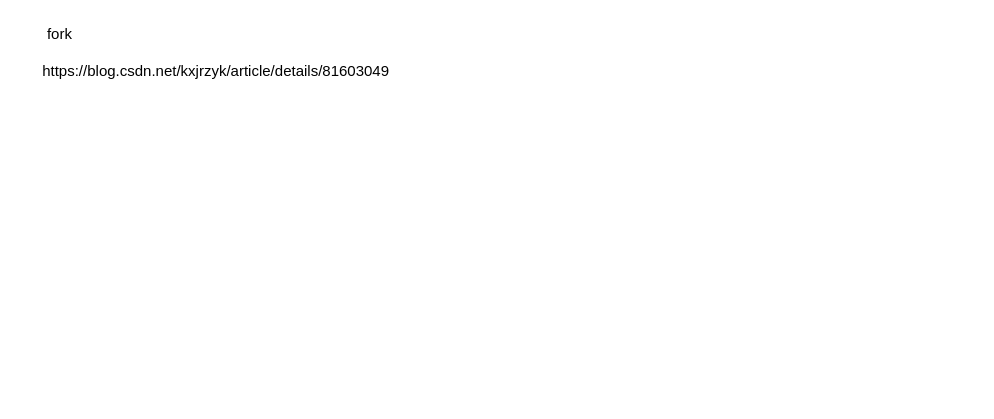
ganjue66da/ganjue66da keeps this draw.io diagram as note_fork.drawio. Above is the earlier version. Source tidied: cells renumbered, new cells numbered last; positions are measured from the earlier drawing's top-left corner, leaving out a move shared by most shapes. Both pictures are drawn from the tidied source at 125%, with x=0, y=0 at pixel (34, 21).
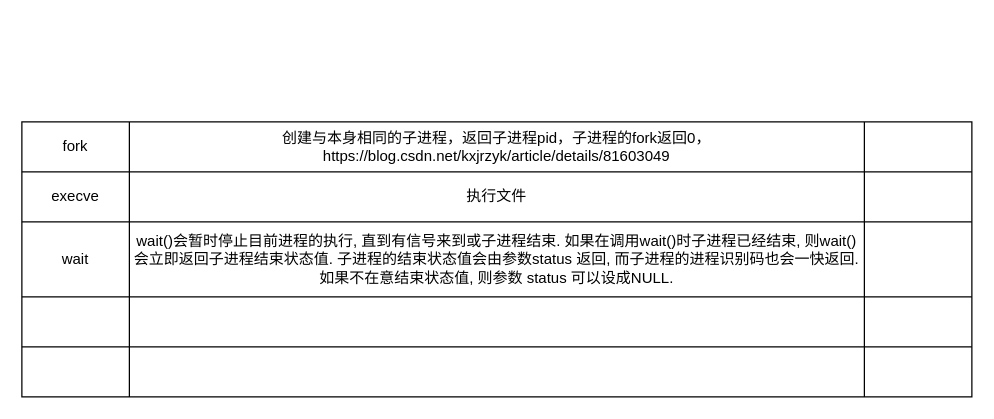
Above is the later version.

Change to the diagram source:
```diff
@@
-    <mxCell id="2" value="https://blog.csdn.net/kxjrzyk/article/details/81603049" style="text;html=1;align=center;verticalAlign=middle;strokeColor=none;fillColor=none;" parent="1" vertex="1">
-      <mxGeometry y="30" width="290" height="20" as="geometry" />
-    </mxCell>
+    <mxCell id="4" style="shape=table;startSize=0;childLayout=tableLayout;" parent="1" vertex="1">
+      <mxGeometry x="-10" y="80" width="760" height="220" as="geometry" />
+    </mxCell>
+    <mxCell id="5" style="shape=partialRectangle;fillColor=none;top=0;left=0;bottom=0;right=0;" parent="4" vertex="1">
+      <mxGeometry width="760" height="40" as="geometry" />
+    </mxCell>
-    <mxCell id="3" value="fork" style="text;html=1;align=center;verticalAlign=middle;strokeColor=none;fillColor=none;" parent="1" vertex="1">
-      <mxGeometry width="40" height="20" as="geometry" />
+    <mxCell id="3" value="fork" style="shape=partialRectangle;html=1;whiteSpace=wrap;overflow=hidden;fillColor=none;top=0;left=0;bottom=0;right=0;" parent="5" vertex="1">
+      <mxGeometry width="86" height="40" as="geometry" />
     </mxCell>
+    <mxCell id="6" value="创建与本身相同的子进程，返回子进程pid，子进程的fork返回0，https://blog.csdn.net/kxjrzyk/article/details/81603049" style="shape=partialRectangle;html=1;whiteSpace=wrap;overflow=hidden;fillColor=none;top=0;left=0;bottom=0;right=0;" parent="5" vertex="1">
+      <mxGeometry x="86" width="588" height="40" as="geometry" />
+    </mxCell>
+    <mxCell id="7" style="shape=partialRectangle;html=1;whiteSpace=wrap;overflow=hidden;fillColor=none;top=0;left=0;bottom=0;right=0;" parent="5" vertex="1">
+      <mxGeometry x="674" width="86" height="40" as="geometry" />
+    </mxCell>
+    <mxCell id="8" style="shape=partialRectangle;fillColor=none;top=0;left=0;bottom=0;right=0;" parent="4" vertex="1">
+      <mxGeometry y="40" width="760" height="40" as="geometry" />
+    </mxCell>
+    <mxCell id="9" value="execve" style="shape=partialRectangle;html=1;whiteSpace=wrap;overflow=hidden;fillColor=none;top=0;left=0;bottom=0;right=0;" parent="8" vertex="1">
+      <mxGeometry width="86" height="40" as="geometry" />
+    </mxCell>
+    <mxCell id="10" value="执行文件" style="shape=partialRectangle;html=1;whiteSpace=wrap;overflow=hidden;fillColor=none;top=0;left=0;bottom=0;right=0;" parent="8" vertex="1">
+      <mxGeometry x="86" width="588" height="40" as="geometry" />
+    </mxCell>
+    <mxCell id="11" style="shape=partialRectangle;html=1;whiteSpace=wrap;overflow=hidden;fillColor=none;top=0;left=0;bottom=0;right=0;" parent="8" vertex="1">
+      <mxGeometry x="674" width="86" height="40" as="geometry" />
+    </mxCell>
+    <mxCell id="12" style="shape=partialRectangle;fillColor=none;top=0;left=0;bottom=0;right=0;" parent="4" vertex="1">
+      <mxGeometry y="80" width="760" height="60" as="geometry" />
+    </mxCell>
+    <mxCell id="13" value="wait" style="shape=partialRectangle;html=1;whiteSpace=wrap;overflow=hidden;fillColor=none;top=0;left=0;bottom=0;right=0;" parent="12" vertex="1">
+      <mxGeometry width="86" height="60" as="geometry" />
+    </mxCell>
+    <mxCell id="14" value="wait()会暂时停止目前进程的执行, 直到有信号来到或子进程结束. 如果在调用wait()时子进程已经结束, 则wait()会立即返回子进程结束状态值. 子进程的结束状态值会由参数status 返回, 而子进程的进程识别码也会一快返回. 如果不在意结束状态值, 则参数 status 可以设成NULL." style="shape=partialRectangle;html=1;whiteSpace=wrap;overflow=hidden;fillColor=none;top=0;left=0;bottom=0;right=0;" parent="12" vertex="1">
+      <mxGeometry x="86" width="588" height="60" as="geometry" />
+    </mxCell>
+    <mxCell id="15" style="shape=partialRectangle;html=1;whiteSpace=wrap;overflow=hidden;fillColor=none;top=0;left=0;bottom=0;right=0;" parent="12" vertex="1">
+      <mxGeometry x="674" width="86" height="60" as="geometry" />
+    </mxCell>
+    <mxCell id="16" style="shape=partialRectangle;fillColor=none;top=0;left=0;bottom=0;right=0;" parent="4" vertex="1">
+      <mxGeometry y="140" width="760" height="40" as="geometry" />
+    </mxCell>
+    <mxCell id="17" style="shape=partialRectangle;html=1;whiteSpace=wrap;overflow=hidden;fillColor=none;top=0;left=0;bottom=0;right=0;" parent="16" vertex="1">
+      <mxGeometry width="86" height="40" as="geometry" />
+    </mxCell>
+    <mxCell id="18" style="shape=partialRectangle;html=1;whiteSpace=wrap;overflow=hidden;fillColor=none;top=0;left=0;bottom=0;right=0;" parent="16" vertex="1">
+      <mxGeometry x="86" width="588" height="40" as="geometry" />
+    </mxCell>
+    <mxCell id="19" style="shape=partialRectangle;html=1;whiteSpace=wrap;overflow=hidden;fillColor=none;top=0;left=0;bottom=0;right=0;" parent="16" vertex="1">
+      <mxGeometry x="674" width="86" height="40" as="geometry" />
+    </mxCell>
+    <mxCell id="20" style="shape=partialRectangle;fillColor=none;top=0;left=0;bottom=0;right=0;" parent="4" vertex="1">
+      <mxGeometry y="180" width="760" height="40" as="geometry" />
+    </mxCell>
+    <mxCell id="21" style="shape=partialRectangle;html=1;whiteSpace=wrap;overflow=hidden;fillColor=none;top=0;left=0;bottom=0;right=0;" parent="20" vertex="1">
+      <mxGeometry width="86" height="40" as="geometry" />
+    </mxCell>
+    <mxCell id="22" style="shape=partialRectangle;html=1;whiteSpace=wrap;overflow=hidden;fillColor=none;top=0;left=0;bottom=0;right=0;" parent="20" vertex="1">
+      <mxGeometry x="86" width="588" height="40" as="geometry" />
+    </mxCell>
+    <mxCell id="23" style="shape=partialRectangle;html=1;whiteSpace=wrap;overflow=hidden;fillColor=none;top=0;left=0;bottom=0;right=0;" parent="20" vertex="1">
+      <mxGeometry x="674" width="86" height="40" as="geometry" />
+    </mxCell>
```
